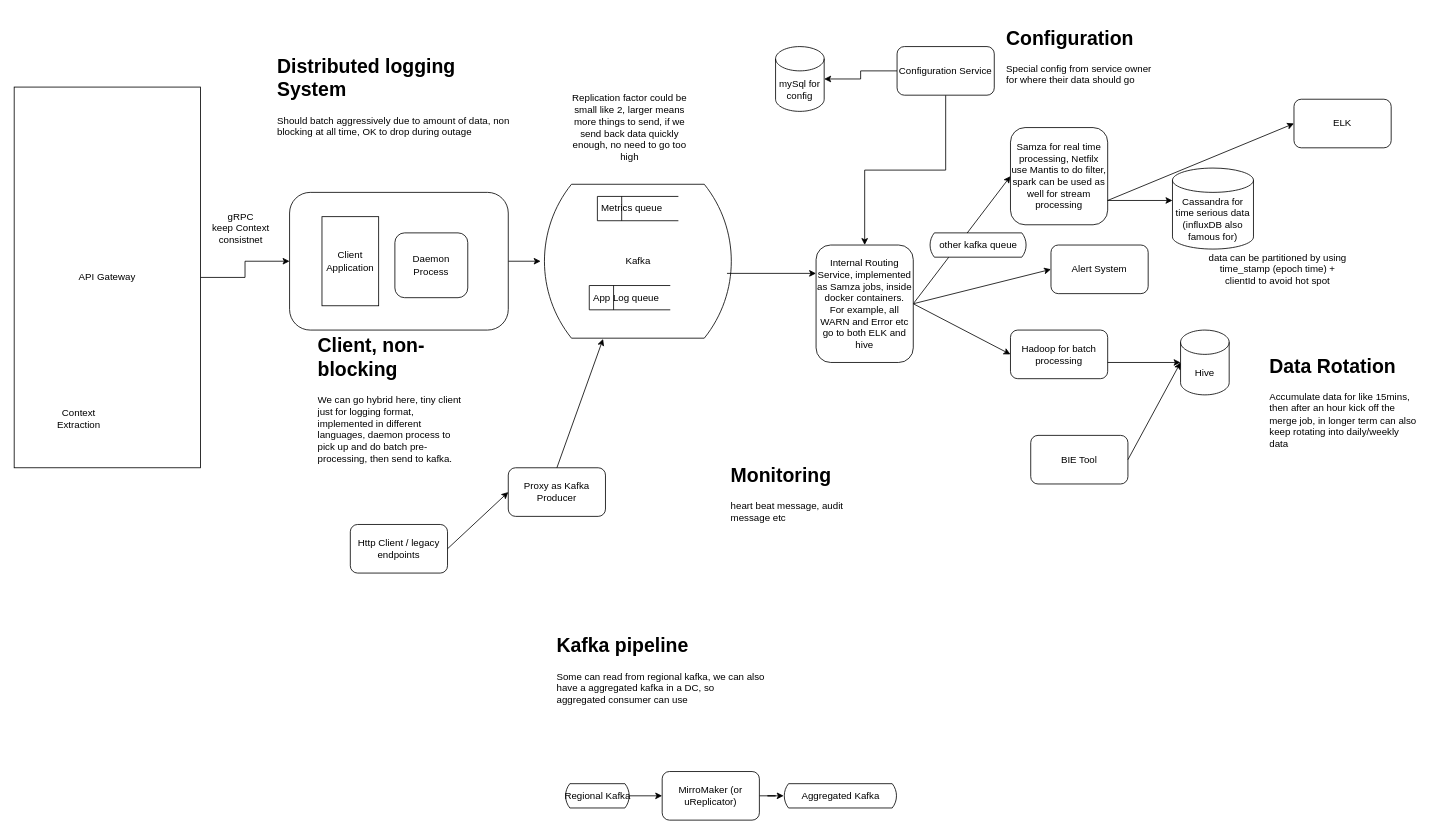
Earlier version of the draw.io diagram System Design Diagrams/Distributed Logging.drawio (zyy890316/CS-Notes). Source tidied: cells renumbered, new cells numbered last; positions are measured from the earlier drawing's top-left corner, leaving out a move shared by most shapes. Both pictures are drawn from the tidied source at 81%, with x=0, y=0 at pixel (14, 22).
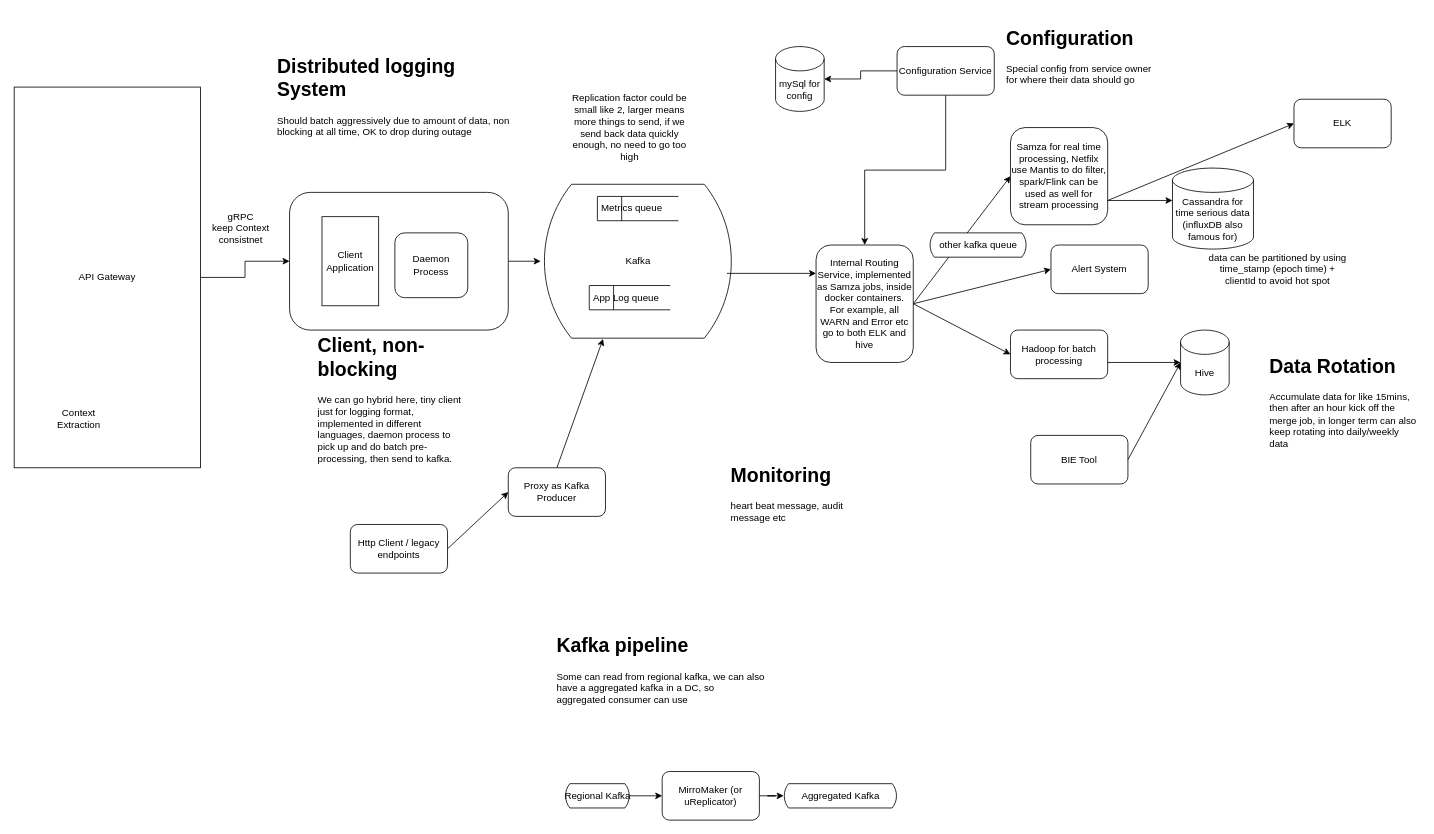
The same page after the edit.

The edit, as a diff of the source:
```diff
@@
-    <mxCell id="12" value="Samza for real time processing, Netfilx use Mantis to do filter, spark can be used as well for stream processing" style="rounded=1;whiteSpace=wrap;html=1;" parent="1" vertex="1">
+    <mxCell id="12" value="Samza for real time processing, Netfilx use Mantis to do filter, spark/Flink can be used as well for stream processing" style="rounded=1;whiteSpace=wrap;html=1;" parent="1" vertex="1">
       <mxGeometry x="1230" y="130" width="120" height="120" as="geometry" />
     </mxCell>
```
